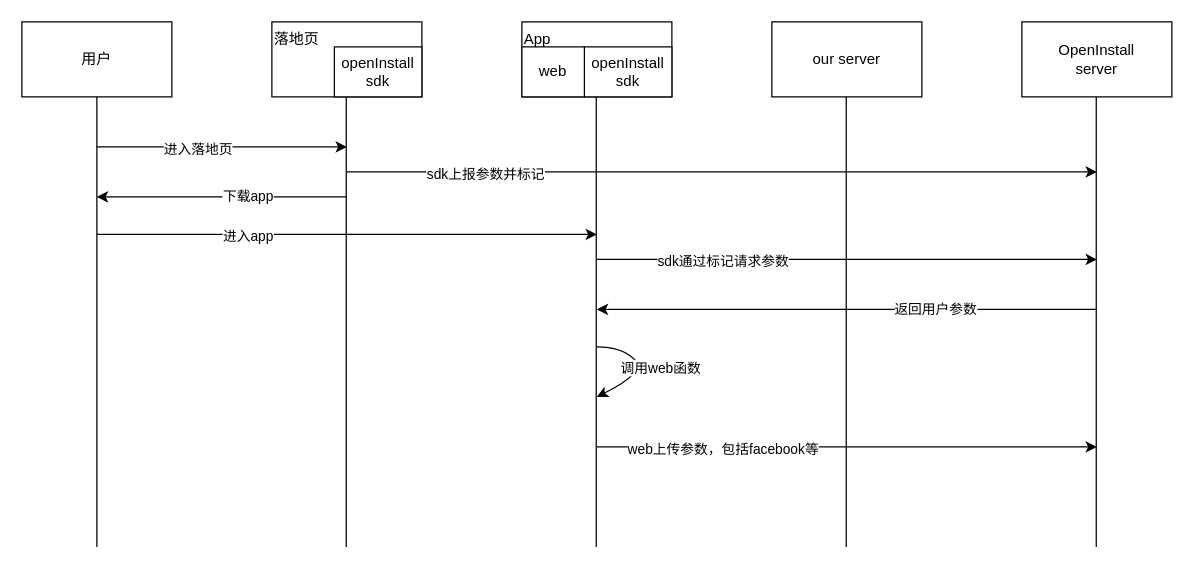
The draw.io diagram design/游戏流程.drawio in cqxx1990/game-box, before the edit. Source tidied: cells renumbered, new cells numbered last; positions are measured from the earlier drawing's top-left corner, leaving out a move shared by most shapes. Both pictures are drawn from the tidied source at 125%, with x=0, y=0 at pixel (21, 21).
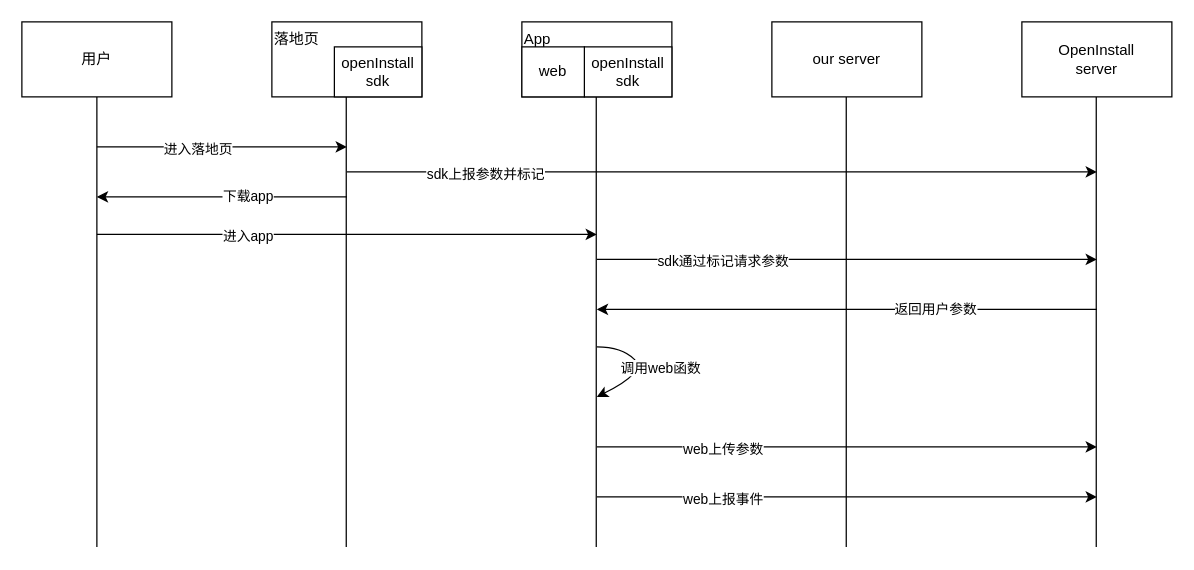
The same page after the edit.

Commit message (it also covers changes not shown here):
更新游戏流程.drawio

The change refers to these unchanged cells:
```xml
<mxCell id="31" style="endArrow=classic;html=1;rounded=0;" parent="1" edge="1">
  <mxGeometry relative="1" as="geometry">
    <mxPoint x="460" y="340" as="sourcePoint" />
    <mxPoint x="860" y="340" as="targetPoint" />
  </mxGeometry>
</mxCell>
```

The edit, as a diff of the source:
```diff
@@
-    <mxCell id="32" value="web上传参数，包括facebook等" style="edgeLabel;html=1;align=center;verticalAlign=middle;" parent="31" vertex="1">
+    <mxCell id="32" value="web上传参数" style="edgeLabel;html=1;align=center;verticalAlign=middle;" parent="31" vertex="1">
       <mxGeometry x="-0.2" y="-1" relative="1" as="geometry">
         <mxPoint x="-60" as="offset" />
       </mxGeometry>
     </mxCell>
+    <mxCell id="33" style="endArrow=classic;html=1;rounded=0;" parent="1" edge="1">
+      <mxGeometry relative="1" as="geometry">
+        <mxPoint x="460" y="380" as="sourcePoint" />
+        <mxPoint x="860" y="380" as="targetPoint" />
+      </mxGeometry>
+    </mxCell>
+    <mxCell id="34" value="web上报事件" style="edgeLabel;html=1;align=center;verticalAlign=middle;" parent="33" vertex="1">
+      <mxGeometry x="-0.2" y="-1" relative="1" as="geometry">
+        <mxPoint x="-60" as="offset" />
+      </mxGeometry>
+    </mxCell>
```
